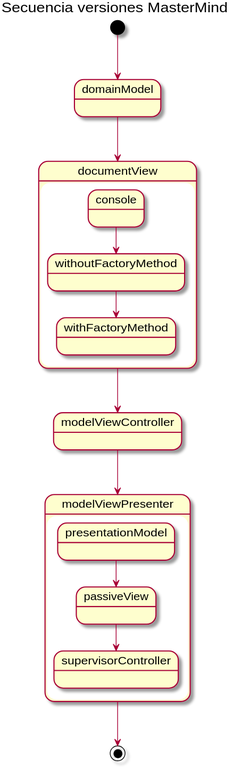
Earlier version of the PlantUML export docs/diagrams/out/Mastermind/Mastermind.svg (SantaTecla-mastermind/solution.java.swing.socket.sql).
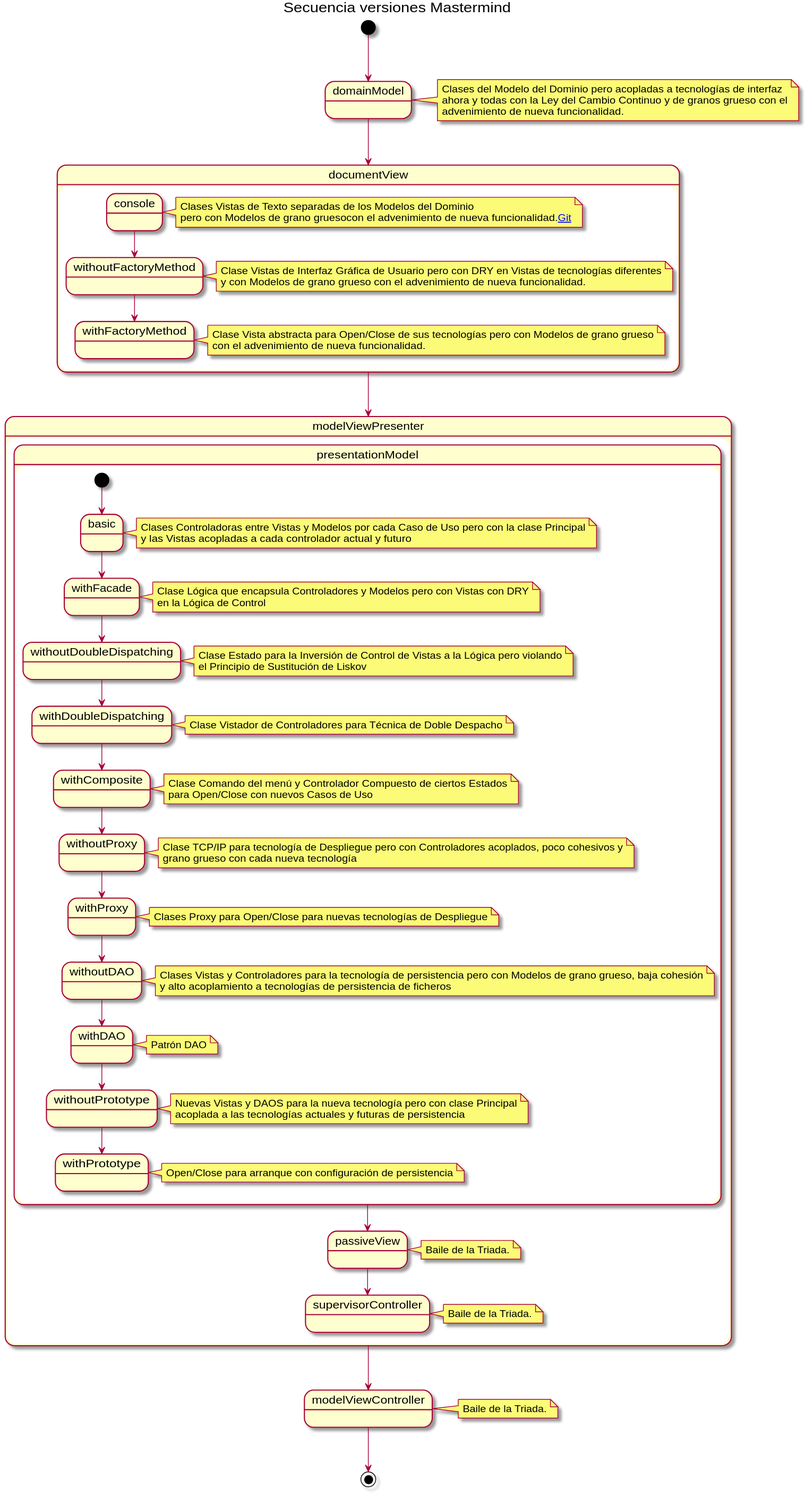
The same file after the commit.

Change to the diagram source:
```diff
@@ -1,31 +1,100 @@
 @startuml
-title Secuencia versiones MasterMind
+title Secuencia versiones Mastermind
 [*] --> domainModel
 state domainModel
+note right: Clases del Modelo del Dominio pero acopladas a tecnologías de interfaz\nahora y todas con la Ley del Cambio Continuo y de granos grueso con el\nadvenimiento de nueva funcionalidad.
 state documentView
+
+state modelViewPresenter
+
+
+
 state modelViewController
-state modelViewPresenter
+note right: Baile de la Triada.
+
+
+
+
 
 domainModel --> documentView
 
 state documentView {
   state console
+  note right: Clases Vistas de Texto separadas de los Modelos del Dominio\npero con Modelos de grano gruesocon el advenimiento de nueva funcionalidad.[[https://github.com/SantaTecla-mastermind/solution.java.swing.socket.sql/tree/master/documentView/console Git]]
+  state withoutFactoryMethod
+  note right:Clase Vistas de Interfaz Gráfica de Usuario pero con DRY en Vistas de tecnologías diferentes\ny con Modelos de grano grueso con el advenimiento de nueva funcionalidad.
   state withFactoryMethod
-  state withoutFactoryMethod
+  note right: Clase Vista abstracta para Open/Close de sus tecnologías pero con Modelos de grano grueso\ncon el advenimiento de nueva funcionalidad.
+
   console --> withoutFactoryMethod
   withoutFactoryMethod --> withFactoryMethod
 }
 
-documentView --> modelViewController
-modelViewController --> modelViewPresenter
+documentView --> modelViewPresenter
 
 state modelViewPresenter{
-state presentationModel
+
+state presentationModel{
+state basic
+note right:Clases Controladoras entre Vistas y Modelos por cada Caso de Uso pero con la clase Principal\ny las Vistas acopladas a cada controlador actual y futuro
+
+state withFacade
+note right:Clase Lógica que encapsula Controladores y Modelos pero con Vistas con DRY\nen la Lógica de Control
+
+state withoutDoubleDispatching
+note right:Clase Estado para la Inversión de Control de Vistas a la Lógica pero violando\nel Principio de Sustitución de Liskov
+
+state withDoubleDispatching
+note right:Clase Vistador de Controladores para Técnica de Doble Despacho
+
+state withComposite
+note right:Clase Comando del menú y Controlador Compuesto de ciertos Estados\npara Open/Close con nuevos Casos de Uso
+
+state withoutProxy
+note right:Clase TCP/IP para tecnología de Despliegue pero con Controladores acoplados, poco cohesivos y\ngrano grueso con cada nueva tecnología
+
+state withProxy
+note right:Clases Proxy para Open/Close para nuevas tecnologías de Despliegue
+
+state withoutDAO
+note right:Clases Vistas y Controladores para la tecnología de persistencia pero con Modelos de grano grueso, baja cohesión\ny alto acoplamiento a tecnologías de persistencia de ficheros
+
+state withDAO
+note right: Patrón DAO
+
+state withoutPrototype
+note right:Nuevas Vistas y DAOS para la nueva tecnología pero con clase Principal\nacoplada a las tecnologías actuales y futuras de persistencia
+
+state withPrototype
+note right:Open/Close para arranque con configuración de persistencia
+
+[*] --> basic
+basic --> withFacade
+withFacade --> withoutDoubleDispatching
+withoutDoubleDispatching --> withDoubleDispatching
+withDoubleDispatching --> withComposite
+withComposite --> withoutProxy
+withoutProxy --> withProxy
+withProxy --> withoutDAO
+withoutDAO --> withDAO
+withDAO --> withoutPrototype
+withoutPrototype --> withPrototype
+
+
+}
+
 state passiveView
+note right: Baile de la Triada.
 state supervisorController
+note right: Baile de la Triada.
 
 presentationModel-->passiveView
 passiveView-->supervisorController
+
 }
-modelViewPresenter  --> [*]
+
+modelViewPresenter --> modelViewController
+
+}
+modelViewController-->[*]
 @enduml
```
